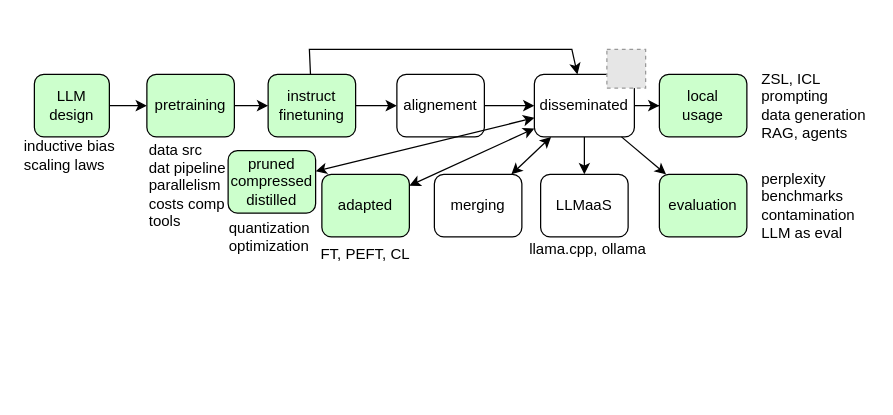
The draw.io diagram coursLLM.drawio in cerisara/draws, before the edit. Source tidied: cells renumbered, new cells numbered last; positions are measured from the earlier drawing's top-left corner, leaving out a move shared by most shapes. Both pictures are drawn from the tidied source at 125%, with x=0, y=0 at pixel (21, 49). Pictures stored in the file or linked from it are replaced by grey dashed boxes.
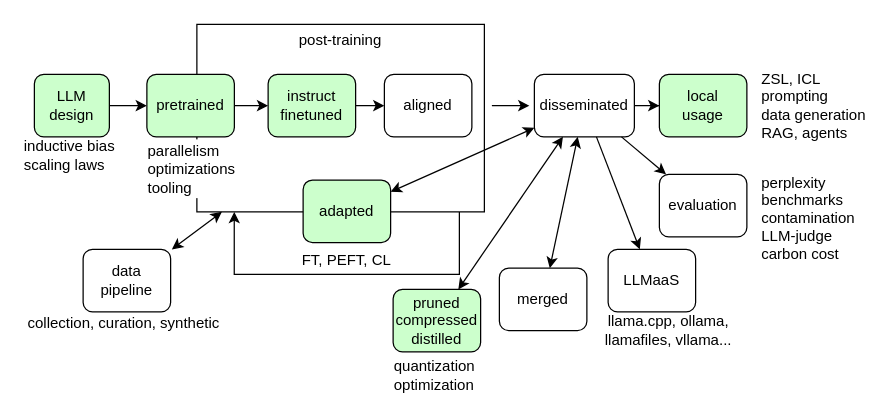
Above is the later version.

The change refers to these unchanged cells:
```xml
<mxCell id="11" value="disseminated" style="rounded=1;whiteSpace=wrap;html=1;" parent="1" vertex="1">
  <mxGeometry x="410" y="20" width="80" height="50" as="geometry" />
</mxCell>
```

Change to the diagram source:
```diff
@@
+    <mxCell id="32" style="rounded=0;whiteSpace=wrap;html=1;" parent="1" vertex="1">
+      <mxGeometry x="140" y="-20" width="230" height="150" as="geometry" />
+    </mxCell>
@@
-    <mxCell id="5" value="pretraining" style="rounded=1;whiteSpace=wrap;html=1;fillColor=#CCFFCC;" parent="1" vertex="1">
+    <mxCell id="5" value="pretrained" style="rounded=1;whiteSpace=wrap;html=1;fillColor=#CCFFCC;" parent="1" vertex="1">
       <mxGeometry x="100" y="20" width="70" height="50" as="geometry" />
     </mxCell>
@@
-    <mxCell id="7" value="instruct&lt;br&gt;finetuning" style="rounded=1;whiteSpace=wrap;html=1;fillColor=#CCFFCC;" parent="1" vertex="1">
+    <mxCell id="7" value="instruct&lt;br&gt;finetuned" style="rounded=1;whiteSpace=wrap;html=1;fillColor=#CCFFCC;" parent="1" vertex="1">
       <mxGeometry x="197" y="20" width="70" height="50" as="geometry" />
     </mxCell>
-    <mxCell id="8" style="edgeStyle=orthogonalEdgeStyle;rounded=0;jettySize=auto;html=1;" parent="1" edge="1" source="9" target="11">
-      <mxGeometry relative="1" as="geometry" />
-    </mxCell>
-    <mxCell id="9" value="alignement" style="rounded=1;whiteSpace=wrap;html=1;" parent="1" vertex="1">
-      <mxGeometry x="300" y="20" width="70" height="50" as="geometry" />
+    <mxCell id="9" value="aligned" style="rounded=1;whiteSpace=wrap;html=1;" parent="1" vertex="1">
+      <mxGeometry x="290" y="20" width="70" height="50" as="geometry" />
     </mxCell>
@@
-    <mxCell id="12" style="endArrow=classic;html=1;rounded=0;" parent="1" edge="1" source="7" target="11">
-      <mxGeometry relative="1" as="geometry">
-        <Array as="points">
-          <mxPoint x="230" />
-          <mxPoint x="440" />
-        </Array>
-      </mxGeometry>
-    </mxCell>
-    <mxCell id="13" value="merging" style="rounded=1;whiteSpace=wrap;html=1;" parent="1" vertex="1">
-      <mxGeometry x="330" y="100" width="70" height="50" as="geometry" />
+    <mxCell id="13" value="merged" style="rounded=1;whiteSpace=wrap;html=1;" parent="1" vertex="1">
+      <mxGeometry x="382" y="175" width="70" height="50" as="geometry" />
     </mxCell>
     <mxCell id="14" value="adapted" style="rounded=1;whiteSpace=wrap;html=1;fillColor=#CCFFCC;" parent="1" vertex="1">
-      <mxGeometry x="240" y="100" width="70" height="50" as="geometry" />
+      <mxGeometry x="225" y="104.5" width="70" height="50" as="geometry" />
     </mxCell>
     <mxCell id="15" value="pruned compressed&lt;br&gt;distilled" style="rounded=1;whiteSpace=wrap;html=1;fillColor=#CCFFCC;" parent="1" vertex="1">
-      <mxGeometry x="165" y="81" width="70" height="50" as="geometry" />
+      <mxGeometry x="297" y="192" width="70" height="50" as="geometry" />
     </mxCell>
@@
     <mxCell id="17" value="LLMaaS" style="rounded=1;whiteSpace=wrap;html=1;" parent="1" vertex="1">
-      <mxGeometry x="415" y="100" width="70" height="50" as="geometry" />
+      <mxGeometry x="469" y="160" width="70" height="50" as="geometry" />
     </mxCell>
@@
-    <mxCell id="23" value="evaluation" style="rounded=1;whiteSpace=wrap;html=1;fillColor=#CCFFCC;" parent="1" vertex="1">
+    <mxCell id="23" value="evaluation" style="rounded=1;whiteSpace=wrap;html=1;" parent="1" vertex="1">
       <mxGeometry x="510" y="100" width="70" height="50" as="geometry" />
     </mxCell>
@@
     <mxCell id="26" value="FT, PEFT, CL" style="text;html=1;strokeColor=none;fillColor=none;align=center;verticalAlign=middle;whiteSpace=wrap;rounded=0;" parent="1" vertex="1">
-      <mxGeometry x="235" y="149" width="80" height="30" as="geometry" />
+      <mxGeometry x="220" y="153.5" width="80" height="30" as="geometry" />
     </mxCell>
-    <mxCell id="27" value="perplexity&lt;br&gt;benchmarks&lt;br&gt;contamination&lt;br&gt;LLM as eval" style="text;html=1;strokeColor=none;fillColor=none;align=left;verticalAlign=middle;whiteSpace=wrap;rounded=0;" parent="1" vertex="1">
-      <mxGeometry x="590" y="89" width="90" height="72" as="geometry" />
+    <mxCell id="27" value="perplexity&lt;br&gt;benchmarks&lt;br&gt;contamination&lt;br&gt;LLM-judge&lt;br&gt;carbon cost" style="text;html=1;strokeColor=none;fillColor=none;align=left;verticalAlign=middle;whiteSpace=wrap;rounded=0;" parent="1" vertex="1">
+      <mxGeometry x="590" y="99" width="90" height="72" as="geometry" />
     </mxCell>
     <mxCell id="28" value="quantization&lt;br&gt;optimization" style="text;html=1;strokeColor=none;fillColor=none;align=left;verticalAlign=middle;whiteSpace=wrap;rounded=0;" parent="1" vertex="1">
-      <mxGeometry x="164" y="135" width="80" height="30" as="geometry" />
+      <mxGeometry x="296" y="246" width="80" height="30" as="geometry" />
     </mxCell>
-    <mxCell id="29" value="llama.cpp, ollama" style="text;html=1;strokeColor=none;fillColor=none;align=center;verticalAlign=middle;whiteSpace=wrap;rounded=0;" parent="1" vertex="1">
-      <mxGeometry x="403" y="145" width="100" height="30" as="geometry" />
+    <mxCell id="29" value="llama.cpp, ollama,&lt;br&gt;llamafiles, vllama..." style="text;html=1;strokeColor=none;fillColor=none;align=center;verticalAlign=middle;whiteSpace=wrap;rounded=0;" parent="1" vertex="1">
+      <mxGeometry x="464" y="210" width="107" height="30" as="geometry" />
     </mxCell>
+    <mxCell id="33" style="edgeStyle=orthogonalEdgeStyle;rounded=0;orthogonalLoop=1;jettySize=auto;html=1;" parent="1" edge="1">
+      <mxGeometry relative="1" as="geometry">
+        <mxPoint x="376" y="45" as="sourcePoint" />
+        <mxPoint x="406" y="45" as="targetPoint" />
+      </mxGeometry>
+    </mxCell>
+    <mxCell id="34" value="data pipeline" style="rounded=1;whiteSpace=wrap;html=1;" parent="1" vertex="1">
+      <mxGeometry x="49" y="160" width="70" height="50" as="geometry" />
+    </mxCell>
+    <mxCell id="35" style="endArrow=classic;html=1;rounded=0;startArrow=classic;startFill=1;exitX=0.087;exitY=1;exitDx=0;exitDy=0;exitPerimeter=0;" parent="1" edge="1" source="32">
+      <mxGeometry relative="1" as="geometry">
+        <mxPoint x="120" y="160" as="targetPoint" />
+      </mxGeometry>
+    </mxCell>
+    <mxCell id="36" value="post-training" style="text;html=1;strokeColor=none;fillColor=none;align=left;verticalAlign=middle;whiteSpace=wrap;rounded=0;" parent="1" vertex="1">
+      <mxGeometry x="220" y="-22" width="80" height="30" as="geometry" />
+    </mxCell>
+    <mxCell id="37" value="collection, curation, synthetic" style="text;html=1;strokeColor=none;fillColor=none;align=left;verticalAlign=middle;whiteSpace=wrap;rounded=0;" parent="1" vertex="1">
+      <mxGeometry x="3" y="204" width="160" height="30" as="geometry" />
+    </mxCell>
+    <mxCell id="38" style="edgeStyle=orthogonalEdgeStyle;rounded=0;orthogonalLoop=1;jettySize=auto;html=1;entryX=0.13;entryY=1;entryDx=0;entryDy=0;entryPerimeter=0;" parent="1" edge="1" source="32" target="32">
+      <mxGeometry relative="1" as="geometry">
+        <Array as="points">
+          <mxPoint x="350" y="180" />
+          <mxPoint x="170" y="180" />
+        </Array>
+      </mxGeometry>
+    </mxCell>
-    <mxCell id="30" value="data src&lt;br&gt;dat pipeline&lt;br&gt;parallelism&lt;br&gt;costs comp&lt;br&gt;tools" style="text;html=1;strokeColor=none;fillColor=none;align=left;verticalAlign=middle;whiteSpace=wrap;rounded=0;" parent="1" vertex="1">
-      <mxGeometry x="100" y="73" width="90" height="72" as="geometry" />
+    <mxCell id="30" value="parallelism&lt;br&gt;optimizations&lt;br&gt;tooling" style="text;html=1;align=left;verticalAlign=middle;whiteSpace=wrap;rounded=0;fillColor=#FFFFFF;strokeColor=none;gradientColor=none;" parent="1" vertex="1">
+      <mxGeometry x="99" y="72" width="90" height="47" as="geometry" />
     </mxCell>
-    <mxCell id="31" style="fillColor=#E6E6E6;strokeColor=#999999;dashed=1;html=1;verticalLabelPosition=bottom;verticalAlign=top;" parent="1" vertex="1">
-      <mxGeometry x="468" width="31" height="31" as="geometry" />
-    </mxCell>
```
